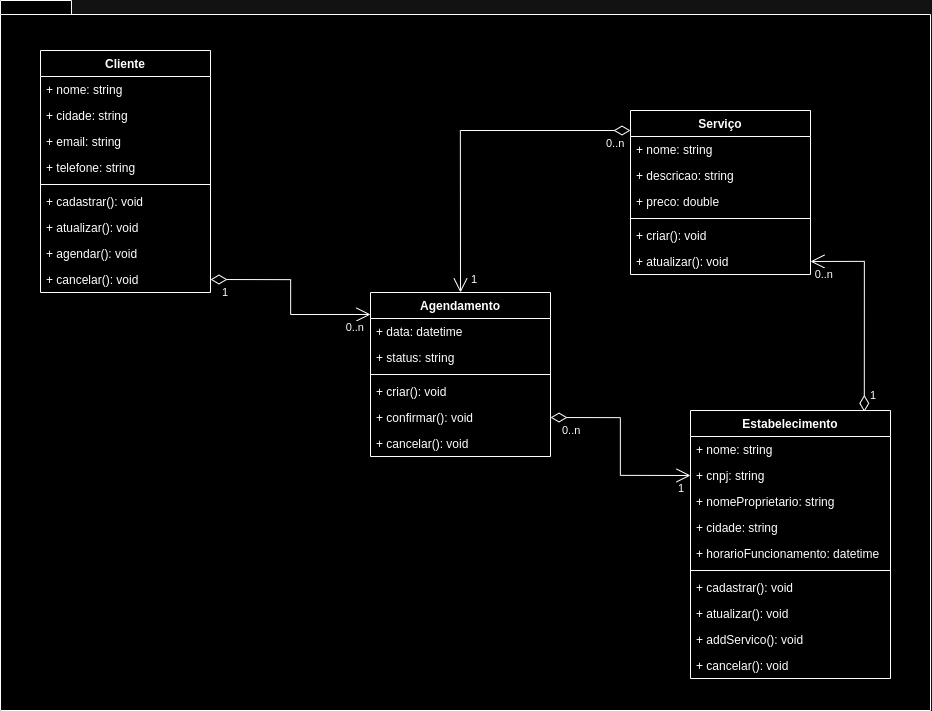
ICEI-PUC-Minas-PMV-ADS/pmv-ads-2024-1-e2-proj-int-t9-pmv-ads-2024-1-e2-proj-barberease keeps this draw.io diagram as docs/img/barberease-classes-diagram.png. Above is the earlier version. Source tidied: cells renumbered, new cells last; positions are measured from the earlier drawing's top-left corner, leaving out a move shared by most shapes.
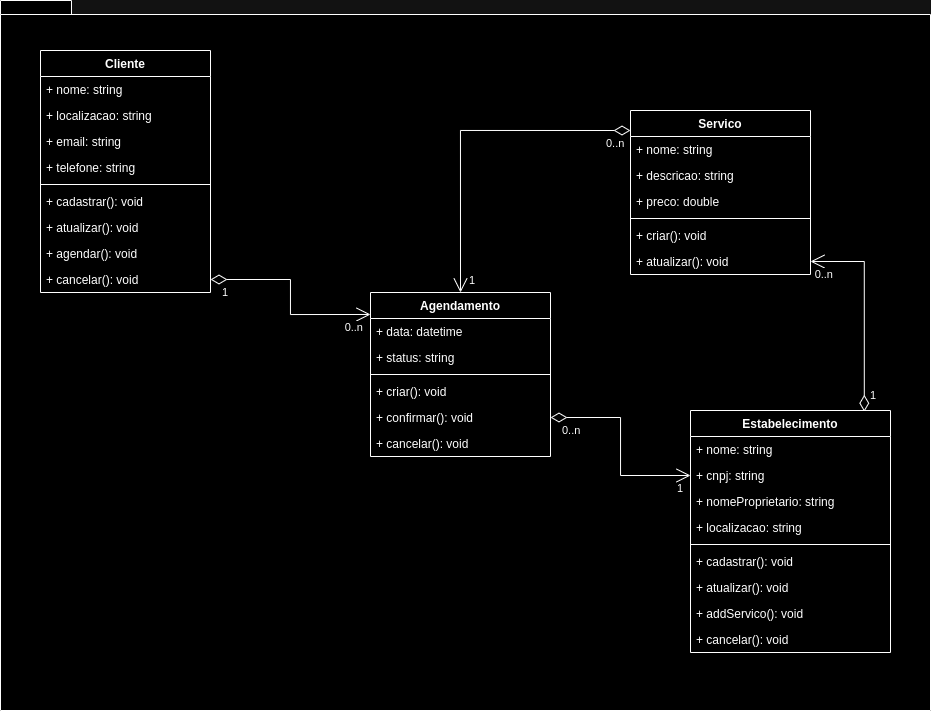
After the change.

The edit, as a diff of the source:
```diff
@@ -11,7 +11,7 @@
     <mxCell id="4" value="+ nome: string" style="text;strokeColor=none;fillColor=none;align=left;verticalAlign=top;spacingLeft=4;spacingRight=4;overflow=hidden;whiteSpace=wrap;html=1;" parent="3" vertex="1">
       <mxGeometry y="26" width="170" height="26" as="geometry" />
     </mxCell>
-    <mxCell id="5" value="+ cidade: string" style="text;strokeColor=none;fillColor=none;align=left;verticalAlign=top;spacingLeft=4;spacingRight=4;overflow=hidden;whiteSpace=wrap;html=1;" parent="3" vertex="1">
+    <mxCell id="5" value="+ localizacao: string" style="text;strokeColor=none;fillColor=none;align=left;verticalAlign=top;spacingLeft=4;spacingRight=4;overflow=hidden;whiteSpace=wrap;html=1;" parent="3" vertex="1">
       <mxGeometry y="52" width="170" height="26" as="geometry" />
     </mxCell>
     <mxCell id="6" value="+ email: string" style="text;strokeColor=none;fillColor=none;align=left;verticalAlign=top;spacingLeft=4;spacingRight=4;overflow=hidden;whiteSpace=wrap;html=1;" parent="3" vertex="1">
@@ -56,7 +56,7 @@
     <mxCell id="19" value="+ cancelar(): void" style="text;strokeColor=none;fillColor=none;align=left;verticalAlign=top;spacingLeft=4;spacingRight=4;overflow=hidden;whiteSpace=wrap;html=1;" parent="13" vertex="1">
       <mxGeometry y="138" width="180" height="26" as="geometry" />
     </mxCell>
-    <mxCell id="20" value="Serviço" style="swimlane;fontStyle=1;align=center;verticalAlign=top;horizontal=1;startSize=26;whiteSpace=wrap;html=1;" parent="1" vertex="1">
+    <mxCell id="20" value="Servico" style="swimlane;fontStyle=1;align=center;verticalAlign=top;horizontal=1;startSize=26;whiteSpace=wrap;html=1;" parent="1" vertex="1">
       <mxGeometry x="630" y="110" width="180" height="164" as="geometry" />
     </mxCell>
     <mxCell id="21" value="+ nome: string" style="text;strokeColor=none;fillColor=none;align=left;verticalAlign=top;spacingLeft=4;spacingRight=4;overflow=hidden;whiteSpace=wrap;html=1;" parent="20" vertex="1">
@@ -91,7 +91,7 @@
       </mxGeometry>
     </mxCell>
     <mxCell id="30" value="Estabelecimento" style="swimlane;fontStyle=1;align=center;verticalAlign=top;horizontal=1;startSize=26;whiteSpace=wrap;html=1;" parent="1" vertex="1">
-      <mxGeometry x="690" y="410" width="200" height="268" as="geometry" />
+      <mxGeometry x="690" y="410" width="200" height="242" as="geometry" />
     </mxCell>
     <mxCell id="31" value="+ nome: string" style="text;strokeColor=none;fillColor=none;align=left;verticalAlign=top;spacingLeft=4;spacingRight=4;overflow=hidden;whiteSpace=wrap;html=1;" parent="30" vertex="1">
       <mxGeometry y="26" width="200" height="26" as="geometry" />
@@ -102,26 +102,23 @@
     <mxCell id="33" value="+ nomeProprietario: string" style="text;strokeColor=none;fillColor=none;align=left;verticalAlign=top;spacingLeft=4;spacingRight=4;overflow=hidden;whiteSpace=wrap;html=1;" parent="30" vertex="1">
       <mxGeometry y="78" width="200" height="26" as="geometry" />
     </mxCell>
-    <mxCell id="34" value="+ cidade: string" style="text;strokeColor=none;fillColor=none;align=left;verticalAlign=top;spacingLeft=4;spacingRight=4;overflow=hidden;whiteSpace=wrap;html=1;" parent="30" vertex="1">
+    <mxCell id="34" value="+ localizacao: string" style="text;strokeColor=none;fillColor=none;align=left;verticalAlign=top;spacingLeft=4;spacingRight=4;overflow=hidden;whiteSpace=wrap;html=1;" parent="30" vertex="1">
       <mxGeometry y="104" width="200" height="26" as="geometry" />
     </mxCell>
-    <mxCell id="35" value="+ horarioFuncionamento: datetime&amp;nbsp;" style="text;strokeColor=none;fillColor=none;align=left;verticalAlign=top;spacingLeft=4;spacingRight=4;overflow=hidden;whiteSpace=wrap;html=1;" parent="30" vertex="1">
-      <mxGeometry y="130" width="200" height="26" as="geometry" />
-    </mxCell>
     <mxCell id="36" style="line;strokeWidth=1;fillColor=none;align=left;verticalAlign=middle;spacingTop=-1;spacingLeft=3;spacingRight=3;labelPosition=right;strokeColor=inherit;" parent="30" vertex="1">
-      <mxGeometry y="156" width="200" height="8" as="geometry" />
+      <mxGeometry y="130" width="200" height="8" as="geometry" />
     </mxCell>
     <mxCell id="37" value="+ cadastrar(): void" style="text;strokeColor=none;fillColor=none;align=left;verticalAlign=top;spacingLeft=4;spacingRight=4;overflow=hidden;whiteSpace=wrap;html=1;" parent="30" vertex="1">
-      <mxGeometry y="164" width="200" height="26" as="geometry" />
+      <mxGeometry y="138" width="200" height="26" as="geometry" />
     </mxCell>
     <mxCell id="38" value="+ atualizar(): void" style="text;strokeColor=none;fillColor=none;align=left;verticalAlign=top;spacingLeft=4;spacingRight=4;overflow=hidden;whiteSpace=wrap;html=1;" parent="30" vertex="1">
-      <mxGeometry y="190" width="200" height="26" as="geometry" />
+      <mxGeometry y="164" width="200" height="26" as="geometry" />
     </mxCell>
     <mxCell id="39" value="+ addServico(): void" style="text;strokeColor=none;fillColor=none;align=left;verticalAlign=top;spacingLeft=4;spacingRight=4;overflow=hidden;whiteSpace=wrap;html=1;" parent="30" vertex="1">
-      <mxGeometry y="216" width="200" height="26" as="geometry" />
+      <mxGeometry y="190" width="200" height="26" as="geometry" />
     </mxCell>
     <mxCell id="40" value="+ cancelar(): void" style="text;strokeColor=none;fillColor=none;align=left;verticalAlign=top;spacingLeft=4;spacingRight=4;overflow=hidden;whiteSpace=wrap;html=1;" parent="30" vertex="1">
-      <mxGeometry y="242" width="200" height="26" as="geometry" />
+      <mxGeometry y="216" width="200" height="26" as="geometry" />
     </mxCell>
     <mxCell id="41" style="endArrow=open;html=1;endSize=12;startArrow=diamondThin;startSize=14;startFill=0;edgeStyle=orthogonalEdgeStyle;rounded=0;entryX=0;entryY=0.5;entryDx=0;entryDy=0;exitX=1;exitY=0.5;exitDx=0;exitDy=0;" parent="1" edge="1" source="18" target="32">
       <mxGeometry relative="1" as="geometry" />
```
